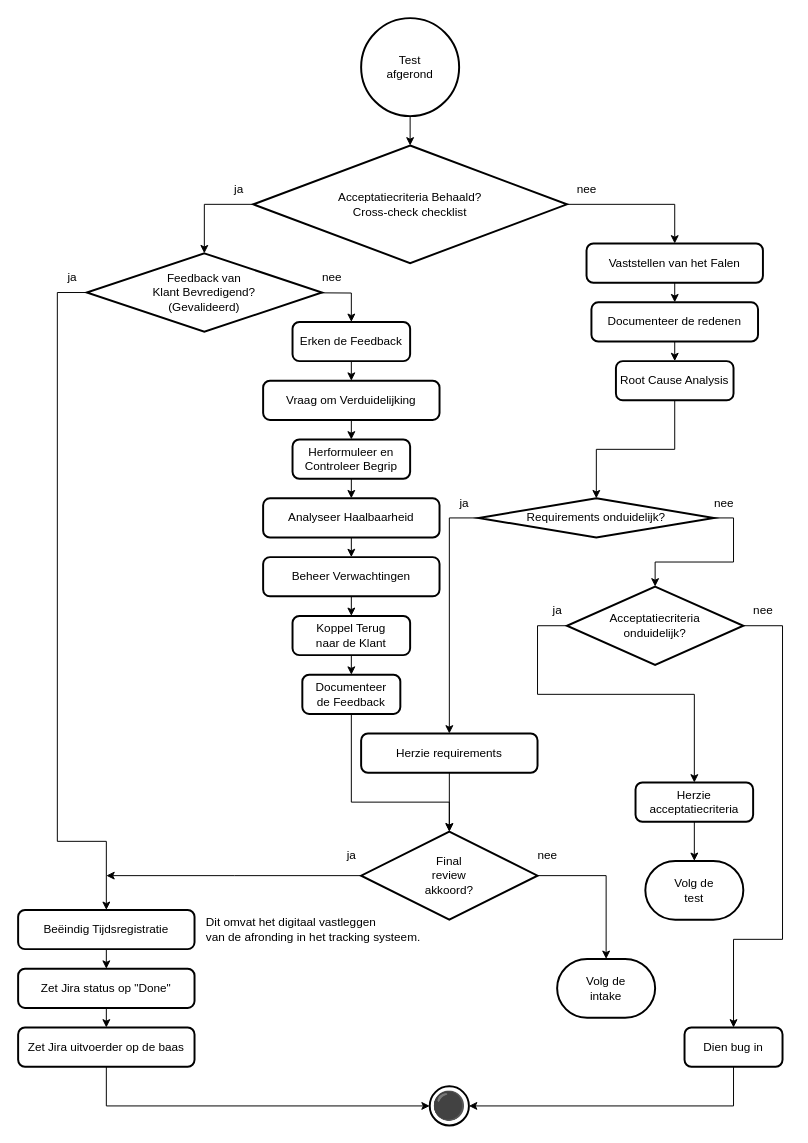
Zaibatsu89/IssueTracker keeps this draw.io diagram as 3 Issue Tracker review.drawio. Above is the earlier version. Source tidied: cells renumbered, new cells numbered last; positions are measured from the earlier drawing's top-left corner, leaving out a move shared by most shapes. Both pictures are drawn from the tidied source at 98%, with x=0, y=0 at pixel (18, 18).
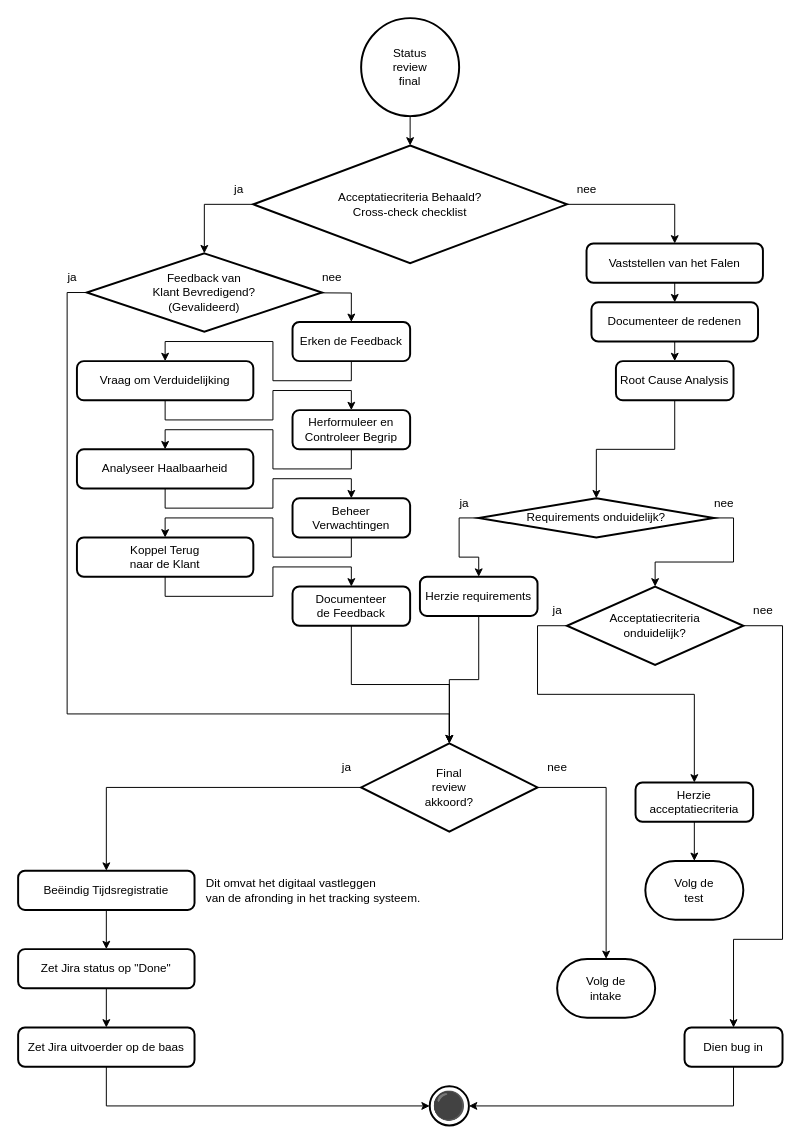
The same page after the edit.

Commit message (it also covers changes not shown here):
Status van processtap in start en in overleg van flowcharts

The change refers to these unchanged cells:
```xml
<mxCell id="13" value="Feedback van&lt;br&gt;Klant Bevredigend?&lt;br&gt;(Gevalideerd)" style="strokeWidth=2;html=1;shape=mxgraph.flowchart.decision;whiteSpace=wrap;" parent="1" vertex="1">
  <mxGeometry x="70" y="240" width="240" height="80" as="geometry" />
</mxCell>
<mxCell id="20" value="⚫" style="strokeWidth=2;html=1;shape=mxgraph.flowchart.start_2;whiteSpace=wrap;fontSize=28;" parent="1" vertex="1">
  <mxGeometry x="420" y="1090" width="40" height="40" as="geometry" />
</mxCell>
<mxCell id="23" value="Zet Jira uitvoerder op de baas" style="rounded=1;whiteSpace=wrap;html=1;absoluteArcSize=1;arcSize=14;strokeWidth=2;" parent="1" vertex="1">
  <mxGeometry y="1030" width="180" height="40" as="geometry" />
</mxCell>
<mxCell id="36" value="Dien bug in" style="rounded=1;whiteSpace=wrap;html=1;absoluteArcSize=1;arcSize=14;strokeWidth=2;" parent="1" vertex="1">
  <mxGeometry x="680" y="1030" width="100" height="40" as="geometry" />
</mxCell>
```

What changed in the source:
```diff
@@
-    <mxCell id="3" value="Test&lt;br&gt;afgerond" style="strokeWidth=2;html=1;shape=mxgraph.flowchart.start_2;whiteSpace=wrap;" parent="1" vertex="1">
+    <mxCell id="3" value="Status&lt;br&gt;review&lt;br&gt;final" style="strokeWidth=2;html=1;shape=mxgraph.flowchart.start_2;whiteSpace=wrap;" parent="1" vertex="1">
       <mxGeometry x="350" width="100" height="100" as="geometry" />
     </mxCell>
@@
-    <mxCell id="12" style="edgeStyle=orthogonalEdgeStyle;rounded=0;jettySize=auto;html=1;exitX=0;exitY=0.5;exitDx=0;exitDy=0;exitPerimeter=0;entryX=0.5;entryY=0;entryDx=0;entryDy=0;" parent="1" edge="1" source="13" target="18">
-      <mxGeometry relative="1" as="geometry">
-        <Array as="points">
-          <mxPoint x="40" y="280" />
-          <mxPoint x="40" y="840" />
-          <mxPoint x="90" y="840" />
-        </Array>
-      </mxGeometry>
-    </mxCell>
@@
     <mxCell id="18" value="Beëindig Tijdsregistratie" style="rounded=1;whiteSpace=wrap;html=1;absoluteArcSize=1;arcSize=14;strokeWidth=2;" parent="1" vertex="1">
-      <mxGeometry y="910" width="180" height="40" as="geometry" />
+      <mxGeometry y="870" width="180" height="40" as="geometry" />
     </mxCell>
@@
     <mxCell id="22" value="Zet Jira status op &quot;Done&quot;" style="rounded=1;whiteSpace=wrap;html=1;absoluteArcSize=1;arcSize=14;strokeWidth=2;" parent="1" vertex="1">
-      <mxGeometry y="970" width="180" height="40" as="geometry" />
+      <mxGeometry y="950" width="180" height="40" as="geometry" />
     </mxCell>
@@
     <mxCell id="28" value="Herzie requirements" style="rounded=1;whiteSpace=wrap;html=1;absoluteArcSize=1;arcSize=14;strokeWidth=2;" parent="1" vertex="1">
-      <mxGeometry x="350" y="730" width="180" height="40" as="geometry" />
+      <mxGeometry x="410" y="570" width="120" height="40" as="geometry" />
     </mxCell>
@@
     <mxCell id="40" value="Vraag om Verduidelijking" style="rounded=1;whiteSpace=wrap;html=1;absoluteArcSize=1;arcSize=14;strokeWidth=2;" parent="1" vertex="1">
-      <mxGeometry x="250" y="370" width="180" height="40" as="geometry" />
+      <mxGeometry x="60" y="350" width="180" height="40" as="geometry" />
     </mxCell>
@@
     <mxCell id="42" value="Herformuleer en Controleer Begrip" style="rounded=1;whiteSpace=wrap;html=1;absoluteArcSize=1;arcSize=14;strokeWidth=2;" parent="1" vertex="1">
-      <mxGeometry x="280" y="430" width="120" height="40" as="geometry" />
+      <mxGeometry x="280" y="400" width="120" height="40" as="geometry" />
     </mxCell>
@@
     <mxCell id="44" value="Analyseer Haalbaarheid" style="rounded=1;whiteSpace=wrap;html=1;absoluteArcSize=1;arcSize=14;strokeWidth=2;" parent="1" vertex="1">
-      <mxGeometry x="250" y="490" width="180" height="40" as="geometry" />
+      <mxGeometry x="60" y="440" width="180" height="40" as="geometry" />
     </mxCell>
@@
-    <mxCell id="46" value="Beheer Verwachtingen" style="rounded=1;whiteSpace=wrap;html=1;absoluteArcSize=1;arcSize=14;strokeWidth=2;" parent="1" vertex="1">
-      <mxGeometry x="250" y="550" width="180" height="40" as="geometry" />
+    <mxCell id="46" value="Beheer&lt;br&gt;Verwachtingen" style="rounded=1;whiteSpace=wrap;html=1;absoluteArcSize=1;arcSize=14;strokeWidth=2;" parent="1" vertex="1">
+      <mxGeometry x="280" y="490" width="120" height="40" as="geometry" />
     </mxCell>
@@
     <mxCell id="48" value="Koppel Terug&lt;br&gt;naar de Klant" style="rounded=1;whiteSpace=wrap;html=1;absoluteArcSize=1;arcSize=14;strokeWidth=2;" parent="1" vertex="1">
-      <mxGeometry x="280" y="610" width="120" height="40" as="geometry" />
+      <mxGeometry x="60" y="530" width="180" height="40" as="geometry" />
     </mxCell>
     <mxCell id="49" value="Documenteer&lt;br&gt;de Feedback" style="rounded=1;whiteSpace=wrap;html=1;absoluteArcSize=1;arcSize=14;strokeWidth=2;" parent="1" vertex="1">
-      <mxGeometry x="290" y="670" width="100" height="40" as="geometry" />
+      <mxGeometry x="280" y="580" width="120" height="40" as="geometry" />
     </mxCell>
@@
-    <mxCell id="51" style="edgeStyle=orthogonalEdgeStyle;rounded=0;jettySize=auto;html=1;" parent="1" edge="1" source="52">
-      <mxGeometry relative="1" as="geometry">
-        <mxPoint x="90" y="875" as="targetPoint" />
-      </mxGeometry>
+    <mxCell id="51" style="edgeStyle=orthogonalEdgeStyle;rounded=0;jettySize=auto;html=1;entryX=0.5;entryY=0;entryDx=0;entryDy=0;" parent="1" edge="1" source="52" target="18">
+      <mxGeometry relative="1" as="geometry" />
     </mxCell>
     <mxCell id="52" value="Final&lt;br&gt;review&lt;br&gt;akkoord?" style="strokeWidth=2;html=1;shape=mxgraph.flowchart.decision;whiteSpace=wrap;" parent="1" vertex="1">
-      <mxGeometry x="350" y="830" width="180" height="90" as="geometry" />
+      <mxGeometry x="350" y="740" width="180" height="90" as="geometry" />
     </mxCell>
     <mxCell id="53" value="nee" style="text;html=1;align=center;verticalAlign=middle;strokeColor=none;fillColor=none;" parent="1" vertex="1">
-      <mxGeometry x="520" y="840" width="40" height="30" as="geometry" />
+      <mxGeometry x="530" y="750" width="40" height="30" as="geometry" />
     </mxCell>
     <mxCell id="54" value="ja" style="text;html=1;align=center;verticalAlign=middle;strokeColor=none;fillColor=none;" parent="1" vertex="1">
-      <mxGeometry x="325" y="840" width="30" height="30" as="geometry" />
+      <mxGeometry x="320" y="750" width="30" height="30" as="geometry" />
     </mxCell>
-    <mxCell id="55" style="edgeStyle=orthogonalEdgeStyle;rounded=0;jettySize=auto;html=1;exitX=0.5;exitY=1;exitDx=0;exitDy=0;entryX=0.5;entryY=0;entryDx=0;entryDy=0;entryPerimeter=0;" parent="1" edge="1" source="28" target="52">
-      <mxGeometry relative="1" as="geometry">
-        <Array as="points">
-          <mxPoint x="440" y="810" />
-          <mxPoint x="440" y="810" />
-        </Array>
-      </mxGeometry>
-    </mxCell>
     <mxCell id="56" value="Dit omvat het digitaal vastleggen&lt;br&gt;van de afronding in het tracking systeem." style="text;html=1;align=left;verticalAlign=middle;strokeColor=none;fillColor=none;" parent="1" vertex="1">
-      <mxGeometry x="190" y="915" width="270" height="30" as="geometry" />
+      <mxGeometry x="190" y="875" width="270" height="30" as="geometry" />
     </mxCell>
@@
-    <mxCell id="58" style="edgeStyle=orthogonalEdgeStyle;rounded=0;jettySize=auto;html=1;entryX=1;entryY=0.5;entryDx=0;entryDy=0;entryPerimeter=0;" parent="1" edge="1" source="36" target="20">
-      <mxGeometry relative="1" as="geometry">
-        <Array as="points">
-          <mxPoint x="730" y="1110" />
-        </Array>
-      </mxGeometry>
+    <mxCell id="58" style="edgeStyle=orthogonalEdgeStyle;rounded=0;jettySize=auto;html=1;entryX=1;entryY=0.5;entryDx=0;entryDy=0;entryPerimeter=0;exitX=0.5;exitY=1;exitDx=0;exitDy=0;" parent="1" edge="1" source="36" target="20">
+      <mxGeometry relative="1" as="geometry" />
     </mxCell>
@@
-    <mxCell id="61" style="edgeStyle=orthogonalEdgeStyle;rounded=0;jettySize=auto;html=1;exitX=0.5;exitY=1;exitDx=0;exitDy=0;entryX=0.5;entryY=0;entryDx=0;entryDy=0;entryPerimeter=0;" parent="1" edge="1" source="49" target="52">
-      <mxGeometry relative="1" as="geometry">
-        <Array as="points">
-          <mxPoint x="340" y="800" />
-          <mxPoint x="440" y="800" />
-        </Array>
-      </mxGeometry>
-    </mxCell>
-    <mxCell id="62" style="edgeStyle=orthogonalEdgeStyle;rounded=0;jettySize=auto;html=1;entryX=0;entryY=0.5;entryDx=0;entryDy=0;entryPerimeter=0;" parent="1" edge="1" source="23" target="20">
-      <mxGeometry relative="1" as="geometry">
-        <Array as="points">
-          <mxPoint x="90" y="1110" />
-        </Array>
-      </mxGeometry>
+    <mxCell id="62" style="edgeStyle=orthogonalEdgeStyle;rounded=0;jettySize=auto;html=1;entryX=0;entryY=0.5;entryDx=0;entryDy=0;entryPerimeter=0;exitX=0.5;exitY=1;exitDx=0;exitDy=0;" parent="1" edge="1" source="23" target="20">
+      <mxGeometry relative="1" as="geometry" />
     </mxCell>
@@
+    <mxCell id="55" style="edgeStyle=orthogonalEdgeStyle;rounded=0;jettySize=auto;html=1;exitX=0.5;exitY=1;exitDx=0;exitDy=0;entryX=0.5;entryY=0;entryDx=0;entryDy=0;entryPerimeter=0;" parent="1" edge="1" source="28" target="52">
+      <mxGeometry relative="1" as="geometry" />
+    </mxCell>
+    <mxCell id="61" style="edgeStyle=orthogonalEdgeStyle;rounded=0;jettySize=auto;html=1;exitX=0.5;exitY=1;exitDx=0;exitDy=0;entryX=0.5;entryY=0;entryDx=0;entryDy=0;entryPerimeter=0;" parent="1" edge="1" source="49" target="52">
+      <mxGeometry relative="1" as="geometry" />
+    </mxCell>
+    <mxCell id="65" style="edgeStyle=orthogonalEdgeStyle;rounded=0;jettySize=auto;html=1;exitX=0;exitY=0.5;exitDx=0;exitDy=0;exitPerimeter=0;entryX=0.5;entryY=0;entryDx=0;entryDy=0;entryPerimeter=0;" parent="1" edge="1" source="13" target="52">
+      <mxGeometry relative="1" as="geometry">
+        <Array as="points">
+          <mxPoint x="50" y="280" />
+          <mxPoint x="50" y="710" />
+          <mxPoint x="440" y="710" />
+        </Array>
+      </mxGeometry>
+    </mxCell>
```
